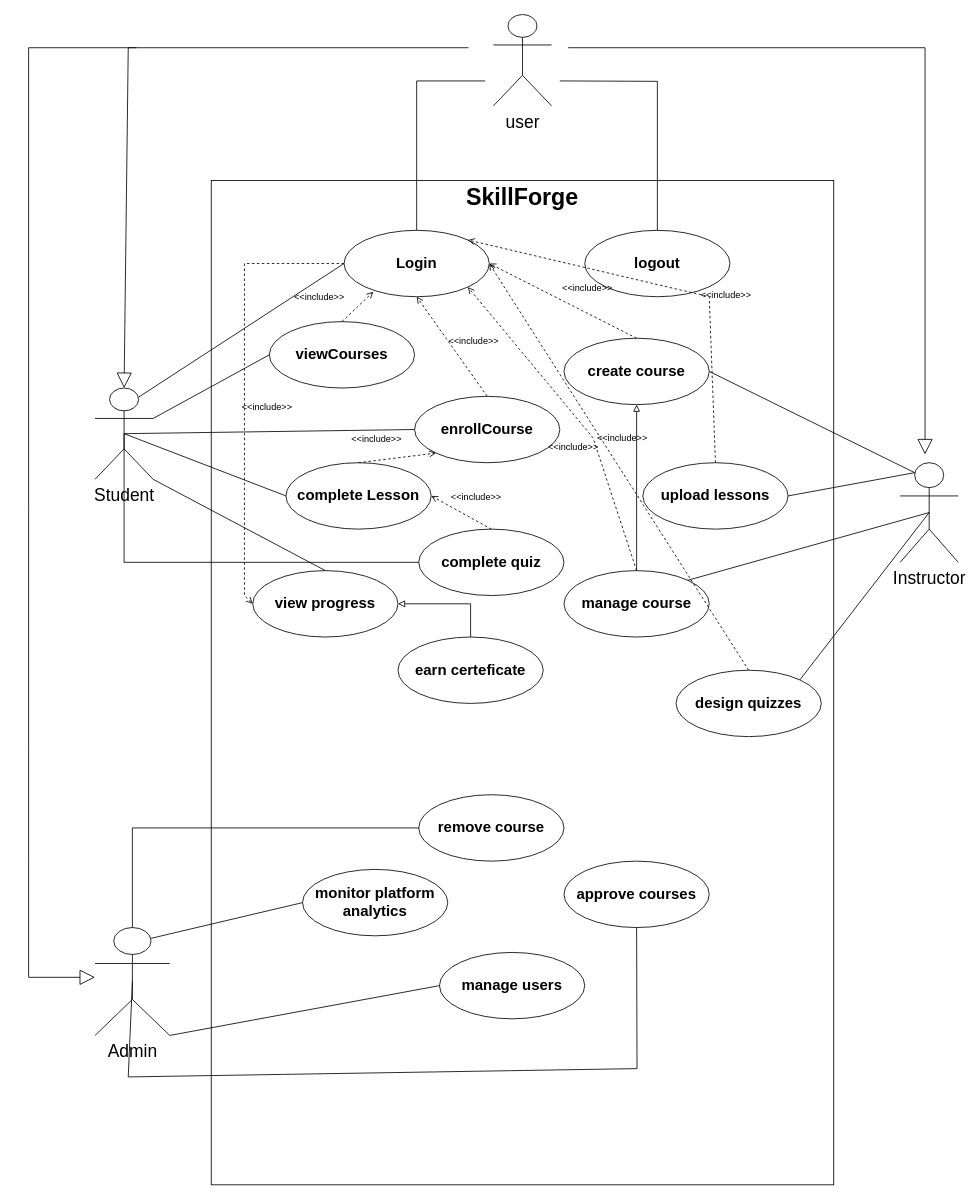
Above: useCase digram.drawio in rinadmostafa68-svg/Lab-6 (draw.io), before the change. Source tidied: cells renumbered, new cells numbered last; positions are measured from the earlier drawing's top-left corner, leaving out a move shared by most shapes. Both pictures are drawn from the tidied source at 83%, with x=0, y=0 at pixel (28, 14).
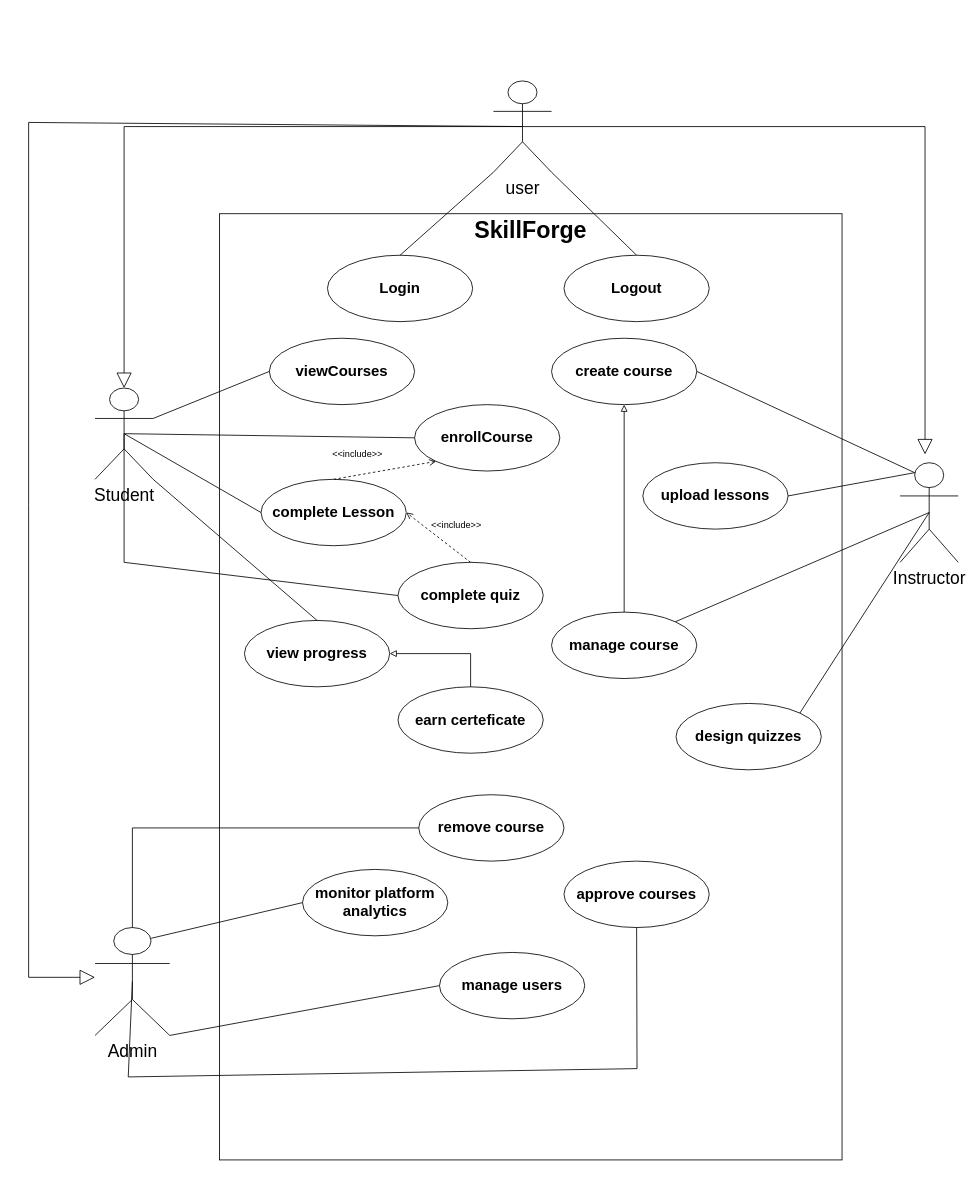
Above is the later version.

The change refers to these unchanged cells:
```xml
<mxCell id="4" value="Student" style="shape=umlActor;verticalLabelPosition=bottom;verticalAlign=top;html=1;fontSize=21;" parent="1" vertex="1">
  <mxGeometry x="80" y="450" width="70" height="110" as="geometry" />
</mxCell>
<mxCell id="34" value="&lt;font style=&quot;font-size: 18px;&quot;&gt;&lt;b&gt;upload lessons&lt;/b&gt;&lt;/font&gt;" style="ellipse;whiteSpace=wrap;html=1;" parent="1" vertex="1">
  <mxGeometry x="740" y="540" width="175" height="80" as="geometry" />
</mxCell>
```

The edit, as a diff of the source:
```diff
@@
-<mxGraphModel>
+<mxGraphModel background="#ffffff">
@@
     <mxCell id="5" value="&lt;p style=&quot;margin:0px;margin-top:4px;text-align:center;&quot;&gt;&lt;span style=&quot;font-size: 28px; font-weight: 700;&quot;&gt;SkillForge&lt;/span&gt;&lt;/p&gt;" style="verticalAlign=top;align=left;overflow=fill;html=1;whiteSpace=wrap;" parent="1" vertex="1">
-      <mxGeometry x="220" y="200" width="750" height="1210" as="geometry" />
+      <mxGeometry x="230" y="240" width="750" height="1140" as="geometry" />
     </mxCell>
     <mxCell id="6" value="user" style="shape=umlActor;verticalLabelPosition=bottom;verticalAlign=top;html=1;fontSize=21;" parent="1" vertex="1">
-      <mxGeometry x="560" width="70" height="110" as="geometry" />
+      <mxGeometry x="560" y="80" width="70" height="110" as="geometry" />
     </mxCell>
-    <mxCell id="7" style="endArrow=block;endSize=16;endFill=0;html=1;rounded=0;entryX=0.5;entryY=0;entryDx=0;entryDy=0;entryPerimeter=0;" parent="1" edge="1" target="4">
+    <mxCell id="7" style="endArrow=block;endSize=16;endFill=0;html=1;rounded=0;entryX=0.5;entryY=0;entryDx=0;entryDy=0;entryPerimeter=0;exitX=0.5;exitY=0.5;exitDx=0;exitDy=0;exitPerimeter=0;" parent="1" edge="1" source="6" target="4">
       <mxGeometry x="0.7" y="100" relative="1" as="geometry">
-        <mxPoint x="530" y="40" as="sourcePoint" />
         <Array as="points">
-          <mxPoint x="120" y="40" />
+          <mxPoint x="115" y="135" />
         </Array>
       </mxGeometry>
     </mxCell>
-    <mxCell id="8" style="endArrow=block;endSize=16;endFill=0;html=1;rounded=0;" parent="1" edge="1">
+    <mxCell id="8" style="endArrow=block;endSize=16;endFill=0;html=1;rounded=0;exitX=0.5;exitY=0.5;exitDx=0;exitDy=0;exitPerimeter=0;" parent="1" edge="1" source="6">
       <mxGeometry x="-0.05" y="190" relative="1" as="geometry">
-        <mxPoint x="650" y="40" as="sourcePoint" />
         <mxPoint x="1080" y="530" as="targetPoint" />
         <Array as="points">
-          <mxPoint x="1080" y="40" />
+          <mxPoint x="1080" y="135" />
         </Array>
       </mxGeometry>
     </mxCell>
-    <mxCell id="9" style="endArrow=block;endSize=16;endFill=0;html=1;rounded=0;" parent="1" edge="1">
+    <mxCell id="9" style="endArrow=block;endSize=16;endFill=0;html=1;rounded=0;exitX=0.5;exitY=0.5;exitDx=0;exitDy=0;exitPerimeter=0;" parent="1" edge="1" source="6">
       <mxGeometry relative="1" as="geometry">
-        <mxPoint x="130" y="40" as="sourcePoint" />
         <mxPoint x="80" y="1160" as="targetPoint" />
         <Array as="points">
-          <mxPoint y="40" />
+          <mxPoint y="130" />
           <mxPoint y="590" />
           <mxPoint y="880" />
           <mxPoint y="1020" />
           <mxPoint y="1160" />
         </Array>
       </mxGeometry>
     </mxCell>
-    <mxCell id="10" value="&lt;font style=&quot;font-size: 18px;&quot;&gt;&lt;b&gt;Login&lt;/b&gt;&lt;/font&gt;" style="ellipse;whiteSpace=wrap;html=1;" parent="1" vertex="1">
-      <mxGeometry x="380" y="260" width="175" height="80" as="geometry" />
-    </mxCell>
-    <mxCell id="11" value="&lt;font style=&quot;font-size: 18px;&quot;&gt;&lt;b&gt;logout&lt;/b&gt;&lt;/font&gt;" style="ellipse;whiteSpace=wrap;html=1;" parent="1" vertex="1">
-      <mxGeometry x="670" y="260" width="175" height="80" as="geometry" />
-    </mxCell>
-    <mxCell id="12" style="endArrow=none;html=1;edgeStyle=orthogonalEdgeStyle;rounded=0;entryX=0.5;entryY=0;entryDx=0;entryDy=0;" parent="1" edge="1" target="11">
-      <mxGeometry relative="1" as="geometry">
-        <mxPoint x="640" y="80" as="sourcePoint" />
-      </mxGeometry>
-    </mxCell>
-    <mxCell id="13" style="endArrow=none;html=1;edgeStyle=orthogonalEdgeStyle;rounded=0;exitX=0.5;exitY=0;exitDx=0;exitDy=0;" parent="1" edge="1" source="10">
-      <mxGeometry relative="1" as="geometry">
-        <mxPoint x="550" y="80" as="targetPoint" />
-        <Array as="points">
-          <mxPoint x="467" y="80" />
-        </Array>
-      </mxGeometry>
-    </mxCell>
     <mxCell id="14" value="&lt;span style=&quot;text-align: left;&quot;&gt;&lt;font style=&quot;font-size: 18px;&quot;&gt;&lt;b style=&quot;&quot;&gt;enrollCourse&lt;/b&gt;&lt;/font&gt;&lt;/span&gt;" style="ellipse;whiteSpace=wrap;html=1;" parent="1" vertex="1">
-      <mxGeometry x="465" y="460" width="175" height="80" as="geometry" />
+      <mxGeometry x="465" y="470" width="175" height="80" as="geometry" />
     </mxCell>
     <mxCell id="15" value="&lt;font style=&quot;font-size: 18px;&quot;&gt;&lt;b&gt;create course&lt;/b&gt;&lt;/font&gt;" style="ellipse;whiteSpace=wrap;html=1;" parent="1" vertex="1">
-      <mxGeometry x="645" y="390" width="175" height="80" as="geometry" />
+      <mxGeometry x="630" y="390" width="175" height="80" as="geometry" />
     </mxCell>
     <mxCell id="16" value="&lt;span style=&quot;font-size: 18px;&quot;&gt;&lt;b&gt;complete quiz&lt;/b&gt;&lt;/span&gt;" style="ellipse;whiteSpace=wrap;html=1;" parent="1" vertex="1">
-      <mxGeometry x="470" y="620" width="175" height="80" as="geometry" />
+      <mxGeometry x="445" y="660" width="175" height="80" as="geometry" />
     </mxCell>
     <mxCell id="17" value="&lt;font style=&quot;font-size: 18px;&quot;&gt;&lt;b&gt;view progress&lt;/b&gt;&lt;/font&gt;" style="ellipse;whiteSpace=wrap;html=1;" parent="1" vertex="1">
-      <mxGeometry x="270" y="670" width="175" height="80" as="geometry" />
+      <mxGeometry x="260" y="730" width="175" height="80" as="geometry" />
     </mxCell>
     <mxCell id="18" value="&lt;span style=&quot;text-align: left;&quot;&gt;&lt;font style=&quot;font-size: 18px;&quot;&gt;&lt;b style=&quot;&quot;&gt;viewCourses&lt;/b&gt;&lt;/font&gt;&lt;/span&gt;" style="ellipse;whiteSpace=wrap;html=1;" parent="1" vertex="1">
-      <mxGeometry x="290" y="370" width="175" height="80" as="geometry" />
+      <mxGeometry x="290" y="390" width="175" height="80" as="geometry" />
     </mxCell>
     <mxCell id="19" value="&lt;font style=&quot;font-size: 18px;&quot;&gt;&lt;b&gt;earn certeficate&lt;/b&gt;&lt;/font&gt;" style="ellipse;whiteSpace=wrap;html=1;" parent="1" vertex="1">
-      <mxGeometry x="445" y="750" width="175" height="80" as="geometry" />
+      <mxGeometry x="445" y="810" width="175" height="80" as="geometry" />
     </mxCell>
     <mxCell id="20" value="&lt;span style=&quot;text-align: left;&quot;&gt;&lt;font style=&quot;font-size: 18px;&quot;&gt;&lt;b style=&quot;&quot;&gt;complete Lesson&lt;/b&gt;&lt;/font&gt;&lt;/span&gt;" style="ellipse;whiteSpace=wrap;html=1;" parent="1" vertex="1">
-      <mxGeometry x="310" y="540" width="175" height="80" as="geometry" />
+      <mxGeometry x="280" y="560" width="175" height="80" as="geometry" />
     </mxCell>
-    <mxCell id="21" value="&amp;lt;&amp;lt;include&amp;gt;&amp;gt;" style="html=1;verticalAlign=bottom;labelBackgroundColor=none;endArrow=open;endFill=0;dashed=1;rounded=0;exitX=0.5;exitY=0;exitDx=0;exitDy=0;entryX=0.202;entryY=0.924;entryDx=0;entryDy=0;entryPerimeter=0;" parent="1" edge="1" source="18" target="10">
-      <mxGeometry x="-1" y="34" relative="1" as="geometry">
-        <mxPoint x="-4" y="5" as="offset" />
-      </mxGeometry>
-    </mxCell>
-    <mxCell id="22" value="&amp;lt;&amp;lt;include&amp;gt;&amp;gt;" style="html=1;verticalAlign=bottom;labelBackgroundColor=none;endArrow=open;endFill=0;dashed=1;rounded=0;exitX=0.5;exitY=0;exitDx=0;exitDy=0;entryX=0.5;entryY=1;entryDx=0;entryDy=0;" parent="1" edge="1" source="14" target="10">
-      <mxGeometry x="-0.23" y="-19" relative="1" as="geometry">
-        <mxPoint x="1" as="offset" />
-      </mxGeometry>
-    </mxCell>
@@
-    <mxCell id="25" value="&amp;lt;&amp;lt;include&amp;gt;&amp;gt;" style="html=1;verticalAlign=bottom;labelBackgroundColor=none;endArrow=open;endFill=0;dashed=1;rounded=0;exitX=0;exitY=0.5;exitDx=0;exitDy=0;entryX=0;entryY=0.5;entryDx=0;entryDy=0;" parent="1" edge="1" source="10" target="17">
-      <mxGeometry x="0.13" y="27" relative="1" as="geometry">
-        <Array as="points">
-          <mxPoint x="260" y="300" />
-          <mxPoint x="260" y="700" />
-        </Array>
-      </mxGeometry>
-    </mxCell>
@@
-    <mxCell id="27" style="endArrow=none;html=1;rounded=0;entryX=0.75;entryY=0.1;entryDx=0;entryDy=0;entryPerimeter=0;exitX=0;exitY=0.5;exitDx=0;exitDy=0;" parent="1" edge="1" source="10" target="4">
-      <mxGeometry relative="1" as="geometry" />
-    </mxCell>
@@
     <mxCell id="33" value="&lt;font style=&quot;font-size: 18px;&quot;&gt;&lt;b&gt;manage course&lt;/b&gt;&lt;/font&gt;" style="ellipse;whiteSpace=wrap;html=1;" parent="1" vertex="1">
-      <mxGeometry x="645" y="670" width="175" height="80" as="geometry" />
+      <mxGeometry x="630" y="720" width="175" height="80" as="geometry" />
     </mxCell>
@@
     <mxCell id="35" value="&lt;font style=&quot;font-size: 18px;&quot;&gt;&lt;b&gt;design quizzes&lt;/b&gt;&lt;/font&gt;" style="ellipse;whiteSpace=wrap;html=1;" parent="1" vertex="1">
-      <mxGeometry x="780" y="790" width="175" height="80" as="geometry" />
+      <mxGeometry x="780" y="830" width="175" height="80" as="geometry" />
     </mxCell>
@@
-    <mxCell id="37" value="&amp;lt;&amp;lt;include&amp;gt;&amp;gt;" style="html=1;verticalAlign=bottom;labelBackgroundColor=none;endArrow=open;endFill=0;dashed=1;rounded=0;exitX=0.5;exitY=0;exitDx=0;exitDy=0;entryX=1;entryY=0.5;entryDx=0;entryDy=0;" parent="1" edge="1" source="15" target="10">
-      <mxGeometry x="-0.23" y="-19" relative="1" as="geometry">
-        <mxPoint x="1" as="offset" />
-      </mxGeometry>
-    </mxCell>
-    <mxCell id="38" value="&amp;lt;&amp;lt;include&amp;gt;&amp;gt;" style="html=1;verticalAlign=bottom;labelBackgroundColor=none;endArrow=open;endFill=0;dashed=1;rounded=0;exitX=0.5;exitY=0;exitDx=0;exitDy=0;entryX=1;entryY=1;entryDx=0;entryDy=0;" parent="1" edge="1" source="33" target="10">
-      <mxGeometry x="-0.22" y="30" relative="1" as="geometry">
-        <Array as="points">
-          <mxPoint x="680" y="510" />
-        </Array>
-        <mxPoint x="1" y="1" as="offset" />
-      </mxGeometry>
-    </mxCell>
-    <mxCell id="39" value="&amp;lt;&amp;lt;include&amp;gt;&amp;gt;" style="html=1;verticalAlign=bottom;labelBackgroundColor=none;endArrow=open;endFill=0;dashed=1;rounded=0;exitX=0.5;exitY=0;exitDx=0;exitDy=0;entryX=1;entryY=0;entryDx=0;entryDy=0;" parent="1" edge="1" source="34" target="10">
-      <mxGeometry x="-0.23" y="-19" relative="1" as="geometry">
-        <Array as="points">
-          <mxPoint x="820" y="340" />
-        </Array>
-        <mxPoint x="1" as="offset" />
-      </mxGeometry>
-    </mxCell>
-    <mxCell id="40" value="&amp;lt;&amp;lt;include&amp;gt;&amp;gt;" style="html=1;verticalAlign=bottom;labelBackgroundColor=none;endArrow=open;endFill=0;dashed=1;rounded=0;exitX=0.5;exitY=0;exitDx=0;exitDy=0;entryX=1;entryY=0.5;entryDx=0;entryDy=0;" parent="1" edge="1" source="35" target="10">
-      <mxGeometry x="0.07" y="-17" relative="1" as="geometry" />
-    </mxCell>
@@
+    <mxCell id="10" value="&lt;div style=&quot;text-align: left;&quot;&gt;&lt;span style=&quot;background-color: transparent; color: light-dark(rgb(0, 0, 0), rgb(255, 255, 255)); font-size: 18px;&quot;&gt;&lt;b&gt;Login&lt;/b&gt;&lt;/span&gt;&lt;/div&gt;" style="ellipse;whiteSpace=wrap;html=1;" parent="1" vertex="1">
+      <mxGeometry x="360" y="290" width="175" height="80" as="geometry" />
+    </mxCell>
+    <mxCell id="53" value="&lt;span style=&quot;text-align: left;&quot;&gt;&lt;font style=&quot;font-size: 18px;&quot;&gt;&lt;b style=&quot;&quot;&gt;Logout&lt;/b&gt;&lt;/font&gt;&lt;/span&gt;" style="ellipse;whiteSpace=wrap;html=1;" parent="1" vertex="1">
+      <mxGeometry x="645" y="290" width="175" height="80" as="geometry" />
+    </mxCell>
+    <mxCell id="54" style="endArrow=none;html=1;rounded=0;entryX=0.5;entryY=0;entryDx=0;entryDy=0;exitX=0;exitY=1;exitDx=0;exitDy=0;exitPerimeter=0;" parent="1" edge="1" source="6" target="10">
+      <mxGeometry relative="1" as="geometry" />
+    </mxCell>
+    <mxCell id="55" style="endArrow=none;html=1;rounded=0;entryX=1;entryY=1;entryDx=0;entryDy=0;entryPerimeter=0;exitX=0.5;exitY=0;exitDx=0;exitDy=0;" parent="1" edge="1" source="53" target="6">
+      <mxGeometry relative="1" as="geometry" />
+    </mxCell>
```
